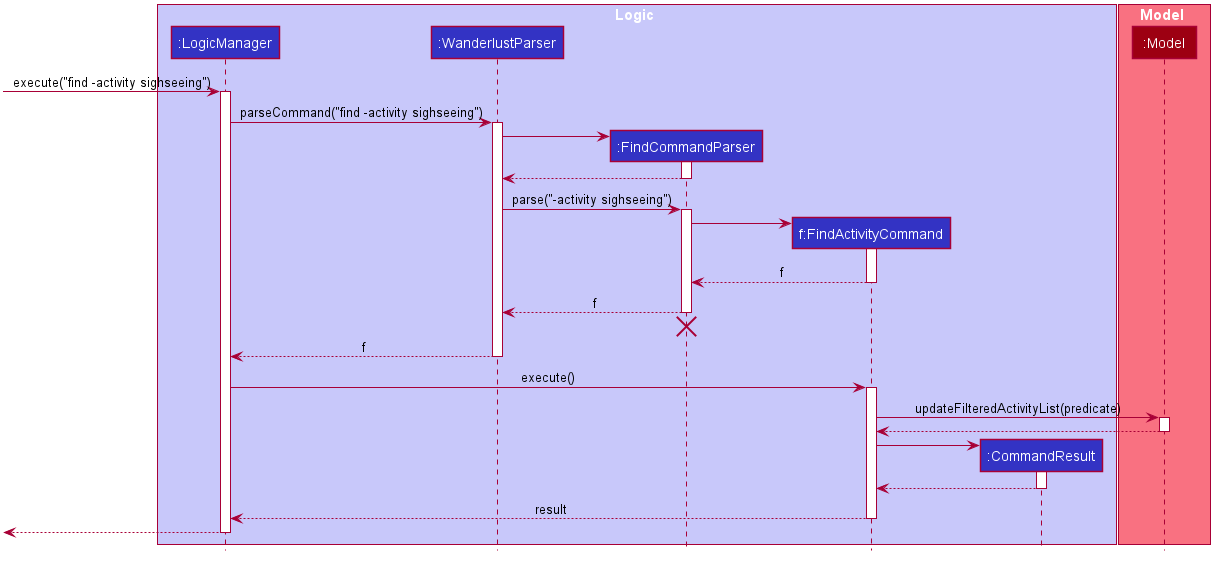
Earlier version of the PlantUML export docs/images/FindSequenceDiagram.png (underthehai/tp). The source it was exported from:
```plantuml
@startuml








skinparam BackgroundColor #FFFFFFF

skinparam Shadowing false

skinparam Class {
    FontColor #FFFFFF
    BorderThickness 1
    BorderColor #FFFFFF
    StereotypeFontColor #FFFFFF
    FontName Arial
}

skinparam Actor {
    BorderColor #000000
    Color #000000
    FontName Arial
}

skinparam Sequence {
    MessageAlign center
    BoxFontSize 15
    BoxPadding 0
    BoxFontColor #FFFFFF
    FontName Arial
}

skinparam Participant {
    FontColor #FFFFFFF
    Padding 20
}

skinparam MinClassWidth 50
skinparam ParticipantPadding 10
skinparam Shadowing false
skinparam DefaultTextAlignment center
skinparam packageStyle Rectangle

hide footbox
hide members
hide circle

box Logic #C8C8FA
participant ":LogicManager" as LogicManager #3333C4
participant ":WanderlustParser" as WanderlustParser #3333C4
participant ":FindCommandParser" as FindCommandParser #3333C4
participant "f:FindActivityCommand" as FindActivityCommand #3333C4
participant ":CommandResult" as CommandResult #3333C4
end box

box Model #F97181
participant ":Model" as Model #9D0012
end box

[-> LogicManager : execute("find -activity sighseeing")
activate LogicManager

LogicManager -> WanderlustParser : parseCommand("find -activity sighseeing")
activate WanderlustParser

create FindCommandParser
WanderlustParser -> FindCommandParser
activate FindCommandParser

FindCommandParser --> WanderlustParser
deactivate FindCommandParser

WanderlustParser -> FindCommandParser : parse("-activity sighseeing")
activate FindCommandParser

create FindActivityCommand
FindCommandParser -> FindActivityCommand
activate FindActivityCommand

FindActivityCommand --> FindCommandParser : f
deactivate FindActivityCommand

FindCommandParser --> WanderlustParser : f
deactivate FindCommandParser
FindCommandParser -[hidden]-> WanderlustParser
destroy FindCommandParser

WanderlustParser --> LogicManager : f
deactivate WanderlustParser

LogicManager -> FindActivityCommand : execute()
activate FindActivityCommand

FindActivityCommand -> Model : updateFilteredActivityList(predicate)
activate Model

Model --> FindActivityCommand
deactivate Model

create CommandResult
FindActivityCommand -> CommandResult
activate CommandResult

CommandResult --> FindActivityCommand
deactivate CommandResult

FindActivityCommand --> LogicManager : result
deactivate FindActivityCommand

[<--LogicManager
deactivate LogicManager
@enduml
```
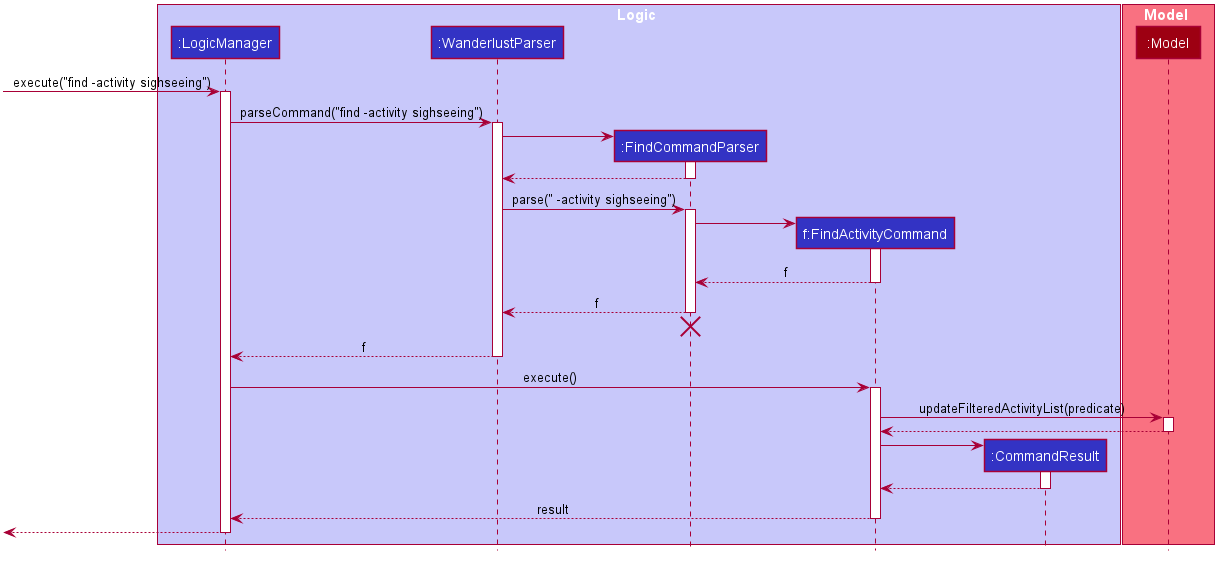
The same diagram one commit later.

The edit, as a diff of the source:
```diff
@@ -73,7 +73,7 @@
 FindCommandParser --> WanderlustParser
 deactivate FindCommandParser
 
-WanderlustParser -> FindCommandParser : parse("-activity sighseeing")
+WanderlustParser -> FindCommandParser : parse(" -activity sighseeing")
 activate FindCommandParser
 
 create FindActivityCommand
```
